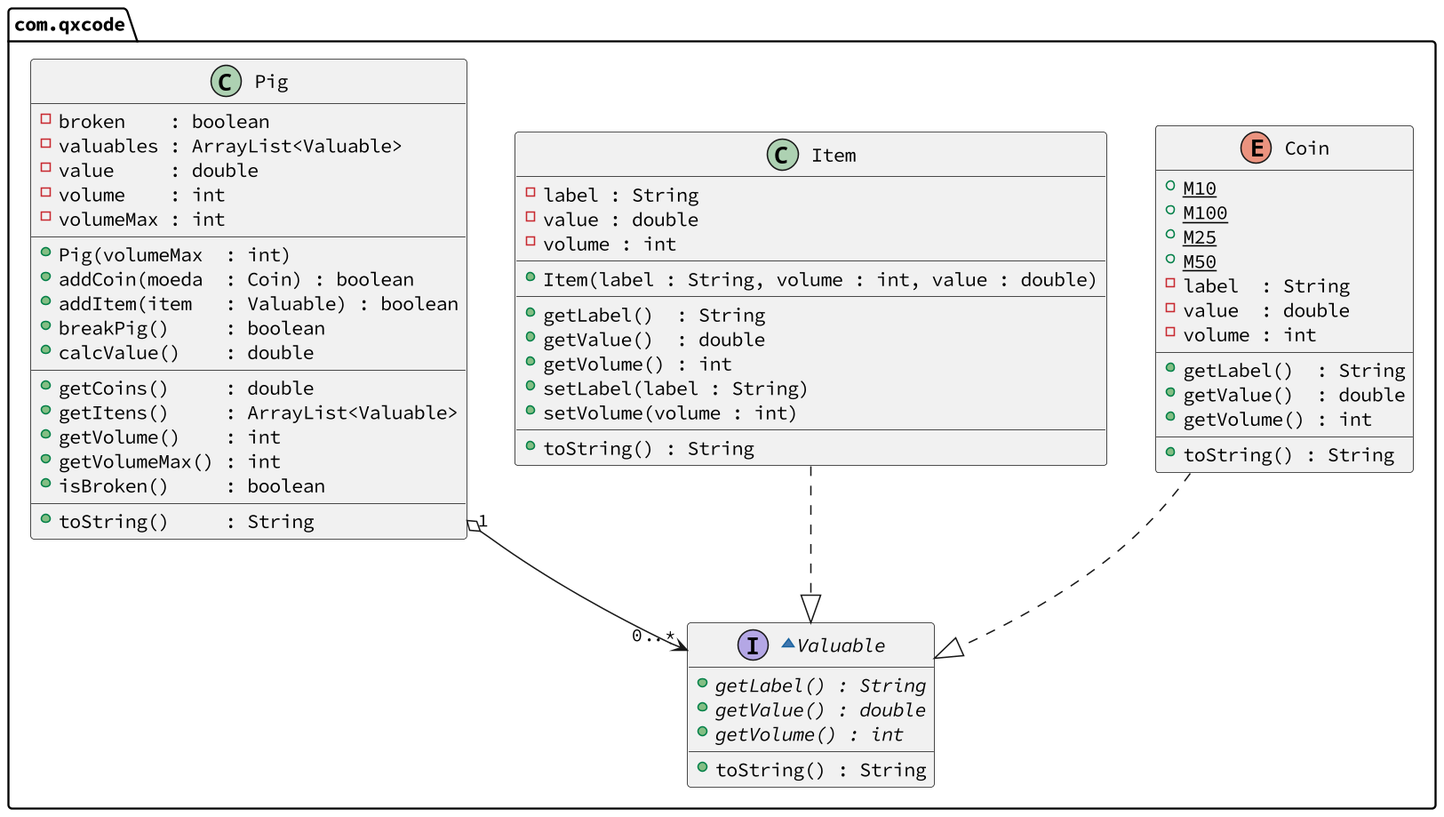
Before: base/043/diagrama.png, a diagram exported from PlantUML (qxcodepoo/arcade).
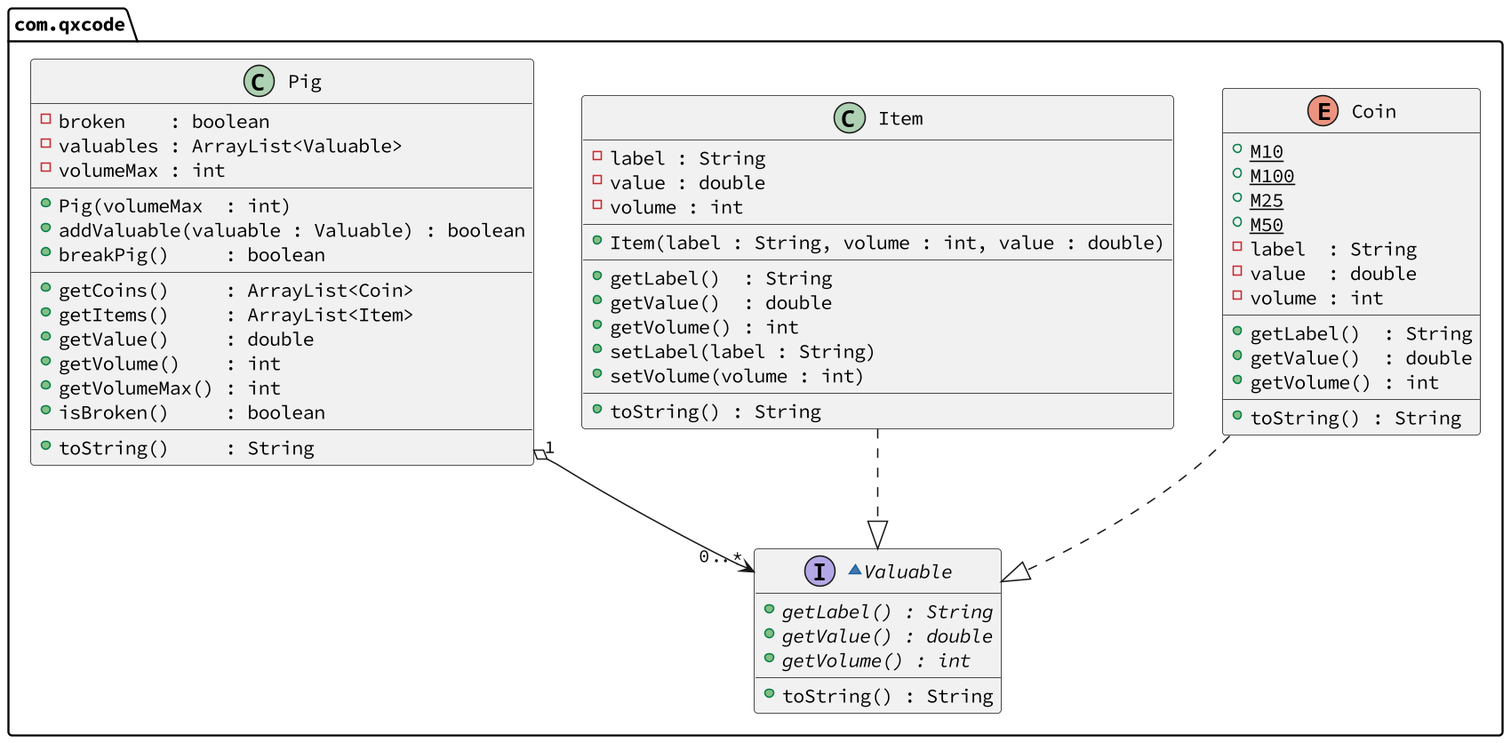
The same diagram one commit later.

Diff of the diagram source:
```diff
@@ -47,18 +47,15 @@
   class Pig {
     - broken    : boolean
     - valuables : ArrayList<Valuable>
-    - value     : double
-    - volume    : int
     - volumeMax : int
     __
     + Pig(volumeMax  : int)
-    + addCoin(moeda  : Coin) : boolean
-    + addItem(item   : Valuable) : boolean
+    + addValuable(valuable : Valuable) : boolean
     + breakPig()     : boolean
-    + calcValue()    : double
     __
-    + getCoins()     : double
-    + getItens()     : ArrayList<Valuable>
+    + getCoins()     : ArrayList<Coin>
+    + getItems()     : ArrayList<Item>
+    + getValue()     : double
     + getVolume()    : int
     + getVolumeMax() : int
     + isBroken()     : boolean
```
